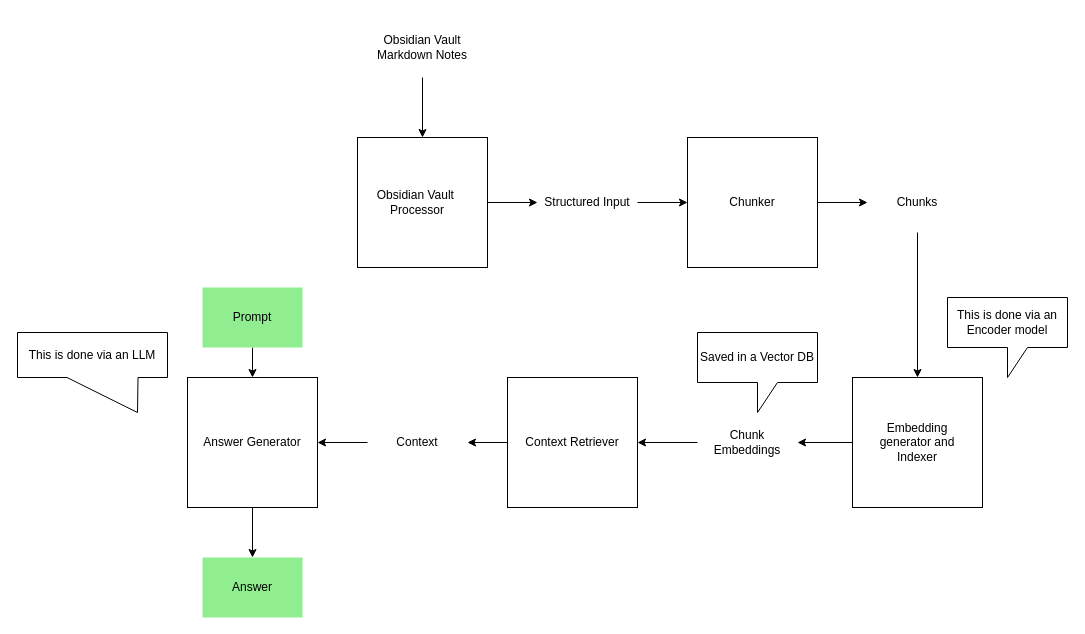
The draw.io diagram Resources/Atlas_Architecture.drawio in DivyenduDutta/Atlas, before the edit. Source tidied: cells renumbered, new cells numbered last; positions are measured from the earlier drawing's top-left corner, leaving out a move shared by most shapes. Both pictures are drawn from the tidied source at 100%, with x=0, y=0 at pixel (17, 17).
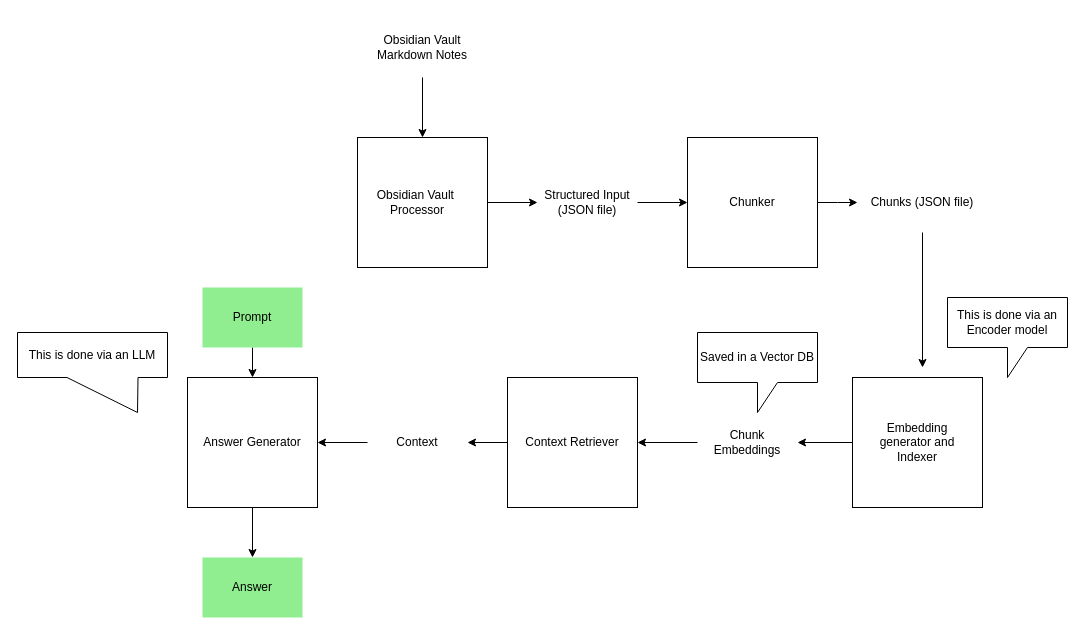
After the change.

Commit message (it also covers changes not shown here):
[DOC] Update architecture diagram

Specify json file format as outputs of Obsidian Vault Processor and Chunker modules

Unchanged cells that the change refers to:
```xml
<mxCell id="10" style="whiteSpace=wrap;html=1;" parent="1" vertex="1">
  <mxGeometry x="670" y="120" width="130" height="130" as="geometry" />
</mxCell>
<mxCell id="15" style="whiteSpace=wrap;html=1;" parent="1" vertex="1">
  <mxGeometry x="835" y="360" width="130" height="130" as="geometry" />
</mxCell>
```

Diff of the diagram source:
```diff
@@
-    <mxCell id="8" value="Structured Input" style="text;html=1;whiteSpace=wrap;strokeColor=none;fillColor=none;align=center;verticalAlign=middle;rounded=0;" parent="1" vertex="1">
+    <mxCell id="8" value="Structured Input (JSON file)" style="text;html=1;whiteSpace=wrap;strokeColor=none;fillColor=none;align=center;verticalAlign=middle;rounded=0;" parent="1" vertex="1">
       <mxGeometry x="520" y="155" width="100" height="60" as="geometry" />
     </mxCell>
-    <mxCell id="9" style="edgeStyle=orthogonalEdgeStyle;rounded=0;jettySize=auto;html=1;entryX=0;entryY=0.5;entryDx=0;entryDy=0;" parent="1" edge="1" source="10" target="13">
-      <mxGeometry relative="1" as="geometry" />
-    </mxCell>
+    <mxCell id="32" style="edgeStyle=orthogonalEdgeStyle;rounded=0;jettySize=auto;html=1;" parent="1" edge="1" source="10">
+      <mxGeometry relative="1" as="geometry">
+        <mxPoint x="840" y="185" as="targetPoint" />
+      </mxGeometry>
+    </mxCell>
@@
-    <mxCell id="12" style="edgeStyle=orthogonalEdgeStyle;rounded=0;jettySize=auto;html=1;entryX=0.5;entryY=0;entryDx=0;entryDy=0;" parent="1" edge="1" source="13" target="15">
-      <mxGeometry relative="1" as="geometry" />
-    </mxCell>
+    <mxCell id="33" style="edgeStyle=orthogonalEdgeStyle;rounded=0;jettySize=auto;html=1;" parent="1" edge="1" source="13">
+      <mxGeometry relative="1" as="geometry">
+        <mxPoint x="905" y="350" as="targetPoint" />
+      </mxGeometry>
+    </mxCell>
-    <mxCell id="13" value="Chunks" style="text;html=1;whiteSpace=wrap;strokeColor=none;fillColor=none;align=center;verticalAlign=middle;rounded=0;" parent="1" vertex="1">
-      <mxGeometry x="850" y="155" width="100" height="60" as="geometry" />
+    <mxCell id="13" value="Chunks (JSON file)" style="text;html=1;whiteSpace=wrap;strokeColor=none;fillColor=none;align=center;verticalAlign=middle;rounded=0;" parent="1" vertex="1">
+      <mxGeometry x="850" y="155" width="110" height="60" as="geometry" />
     </mxCell>
```
